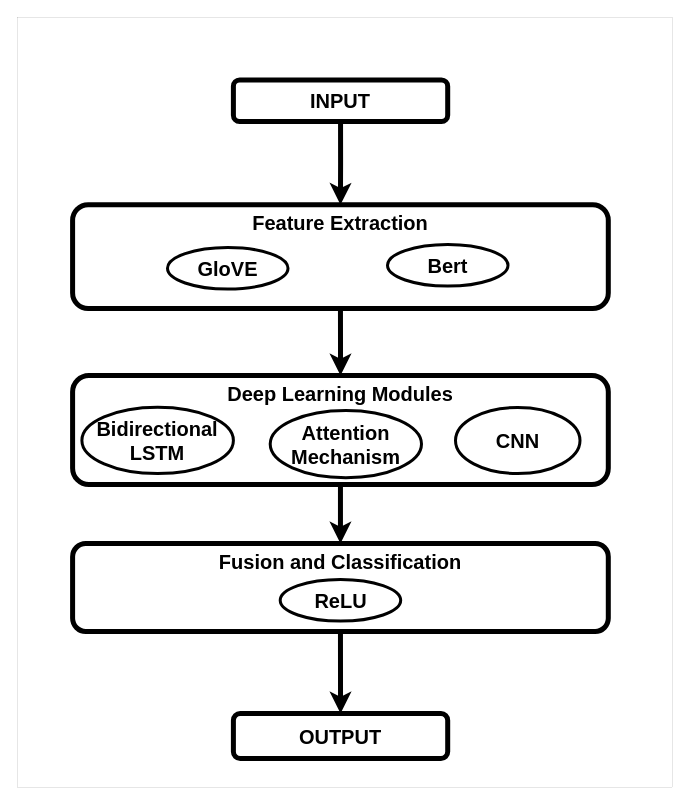
The draw.io diagram Diagnosis and classification of depressive disorders .drawio in vinayak-k24/DrawIO, before the edit. Source tidied: cells renumbered, new cells numbered last; positions are measured from the earlier drawing's top-left corner, leaving out a move shared by most shapes. Both pictures are drawn from the tidied source at 100%, with x=0, y=0 at pixel (17, 17).
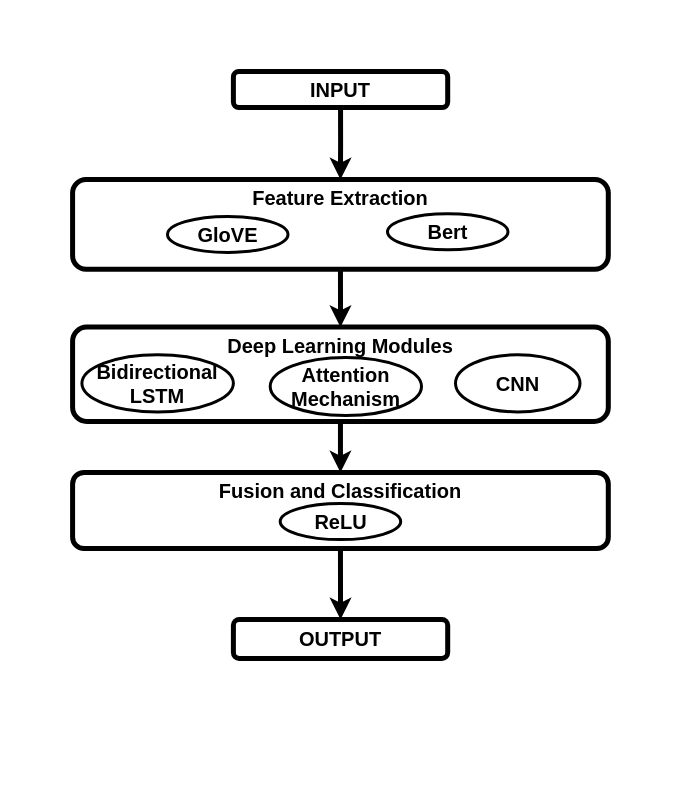
The same page after the edit.

Diff of the diagram source:
```diff
@@
 <mxGraphModel>
   <root>
     <mxCell id="0" />
     <mxCell id="1" parent="0" />
     <mxCell id="2" style="group;fontSize=20;" parent="1" vertex="1">
-      <mxGeometry width="655" height="770" as="geometry" />
+      <mxGeometry width="655" height="666" as="geometry" />
     </mxCell>
-    <mxCell id="3" style="rounded=0;whiteSpace=wrap;html=1;strokeWidth=0;fontSize=20;" parent="2" vertex="1">
-      <mxGeometry width="655" height="770" as="geometry" />
-    </mxCell>
     <mxCell id="4" style="edgeStyle=orthogonalEdgeStyle;rounded=0;jettySize=auto;html=1;exitX=0.5;exitY=1;exitDx=0;exitDy=0;strokeWidth=5;fontSize=20;" parent="2" edge="1" source="5" target="9">
       <mxGeometry relative="1" as="geometry" />
     </mxCell>
     <mxCell id="5" value="&lt;font&gt;Feature Extraction&lt;/font&gt;" style="rounded=1;whiteSpace=wrap;html=1;strokeWidth=5;verticalAlign=top;fontSize=20;fontStyle=1;" parent="2" vertex="1">
-      <mxGeometry x="55.1" y="187.3" width="535.7" height="103.7" as="geometry" />
+      <mxGeometry x="55.1" y="162" width="535.7" height="89.7" as="geometry" />
     </mxCell>
     <mxCell id="6" style="edgeStyle=orthogonalEdgeStyle;rounded=0;jettySize=auto;html=1;exitX=0.5;exitY=1;exitDx=0;exitDy=0;entryX=0.5;entryY=0;entryDx=0;entryDy=0;strokeWidth=5;fontSize=20;" parent="2" edge="1" source="7" target="5">
       <mxGeometry relative="1" as="geometry" />
     </mxCell>
     <mxCell id="7" value="&lt;b&gt;&lt;font&gt;INPUT&lt;/font&gt;&lt;/b&gt;" style="rounded=1;whiteSpace=wrap;html=1;strokeWidth=5;fontSize=20;" parent="2" vertex="1">
-      <mxGeometry x="215.9" y="62.4" width="214.3" height="41.6" as="geometry" />
+      <mxGeometry x="215.9" y="54" width="214.3" height="36" as="geometry" />
     </mxCell>
     <mxCell id="8" style="edgeStyle=orthogonalEdgeStyle;rounded=0;jettySize=auto;html=1;exitX=0.5;exitY=1;exitDx=0;exitDy=0;entryX=0.5;entryY=0;entryDx=0;entryDy=0;strokeWidth=5;fontSize=20;" parent="2" edge="1" source="9" target="11">
       <mxGeometry relative="1" as="geometry" />
     </mxCell>
     <mxCell id="9" value="&lt;font&gt;Deep Learning Modules&lt;/font&gt;" style="rounded=1;whiteSpace=wrap;html=1;strokeWidth=5;verticalAlign=top;fontSize=20;fontStyle=1;" parent="2" vertex="1">
-      <mxGeometry x="55.1" y="358" width="535.7" height="109" as="geometry" />
+      <mxGeometry x="55.1" y="309.6" width="535.7" height="94.3" as="geometry" />
     </mxCell>
     <mxCell id="10" style="edgeStyle=orthogonalEdgeStyle;rounded=0;jettySize=auto;html=1;exitX=0.5;exitY=1;exitDx=0;exitDy=0;entryX=0.5;entryY=0;entryDx=0;entryDy=0;strokeWidth=5;fontSize=20;" parent="2" edge="1" source="11" target="12">
       <mxGeometry relative="1" as="geometry" />
     </mxCell>
     <mxCell id="11" value="&lt;font&gt;Fusion and Classification&lt;/font&gt;" style="rounded=1;whiteSpace=wrap;html=1;strokeWidth=5;verticalAlign=top;fontSize=20;fontStyle=1;" parent="2" vertex="1">
-      <mxGeometry x="55.1" y="526" width="535.7" height="88" as="geometry" />
+      <mxGeometry x="55.1" y="455" width="535.7" height="76.1" as="geometry" />
     </mxCell>
     <mxCell id="12" value="&lt;b&gt;&lt;font&gt;OUTPUT&lt;/font&gt;&lt;/b&gt;" style="rounded=1;whiteSpace=wrap;html=1;strokeWidth=5;fontSize=20;" parent="2" vertex="1">
-      <mxGeometry x="215.9" y="696" width="214.3" height="45" as="geometry" />
+      <mxGeometry x="215.9" y="602" width="214.3" height="38.9" as="geometry" />
     </mxCell>
     <mxCell id="13" value="&lt;b&gt;&lt;font&gt;GloVE&lt;/font&gt;&lt;/b&gt;" style="ellipse;whiteSpace=wrap;html=1;strokeWidth=3;fontSize=20;" parent="2" vertex="1">
-      <mxGeometry x="150" y="230" width="120.5" height="41.6" as="geometry" />
+      <mxGeometry x="150" y="198.9" width="120.5" height="36" as="geometry" />
     </mxCell>
     <mxCell id="14" value="&lt;b&gt;&lt;font&gt;Bert&lt;/font&gt;&lt;/b&gt;" style="ellipse;whiteSpace=wrap;html=1;strokeWidth=3;fontSize=20;" parent="2" vertex="1">
-      <mxGeometry x="370" y="227" width="120.5" height="41.6" as="geometry" />
+      <mxGeometry x="370" y="196.3" width="120.5" height="36" as="geometry" />
     </mxCell>
     <mxCell id="15" value="&lt;b&gt;&lt;font&gt;Bidirectional LSTM&lt;/font&gt;&lt;/b&gt;" style="ellipse;whiteSpace=wrap;html=1;strokeWidth=3;fontSize=20;" parent="2" vertex="1">
-      <mxGeometry x="64.4" y="389.8" width="151.5" height="66.2" as="geometry" />
+      <mxGeometry x="64.4" y="337.2" width="151.5" height="57.3" as="geometry" />
     </mxCell>
     <mxCell id="16" value="&lt;b&gt;&lt;font&gt;Attention Mechanism&lt;/font&gt;&lt;/b&gt;" style="ellipse;whiteSpace=wrap;html=1;strokeWidth=3;fontSize=20;" parent="2" vertex="1">
-      <mxGeometry x="252.7" y="393" width="151.3" height="67.2" as="geometry" />
+      <mxGeometry x="252.7" y="339.9" width="151.3" height="58.1" as="geometry" />
     </mxCell>
     <mxCell id="17" value="&lt;b&gt;&lt;font&gt;CNN&lt;/font&gt;&lt;/b&gt;" style="ellipse;whiteSpace=wrap;html=1;strokeWidth=3;fontSize=20;" parent="2" vertex="1">
-      <mxGeometry x="438" y="390" width="124.5" height="66" as="geometry" />
+      <mxGeometry x="438" y="337.3" width="124.5" height="57.1" as="geometry" />
     </mxCell>
     <mxCell id="18" value="&lt;b&gt;&lt;font&gt;ReLU&lt;/font&gt;&lt;/b&gt;" style="ellipse;whiteSpace=wrap;html=1;strokeWidth=3;fontSize=20;" parent="2" vertex="1">
-      <mxGeometry x="262.7" y="562" width="120.5" height="41.6" as="geometry" />
+      <mxGeometry x="262.7" y="486.1" width="120.5" height="36" as="geometry" />
     </mxCell>
   </root>
 </mxGraphModel>
```
